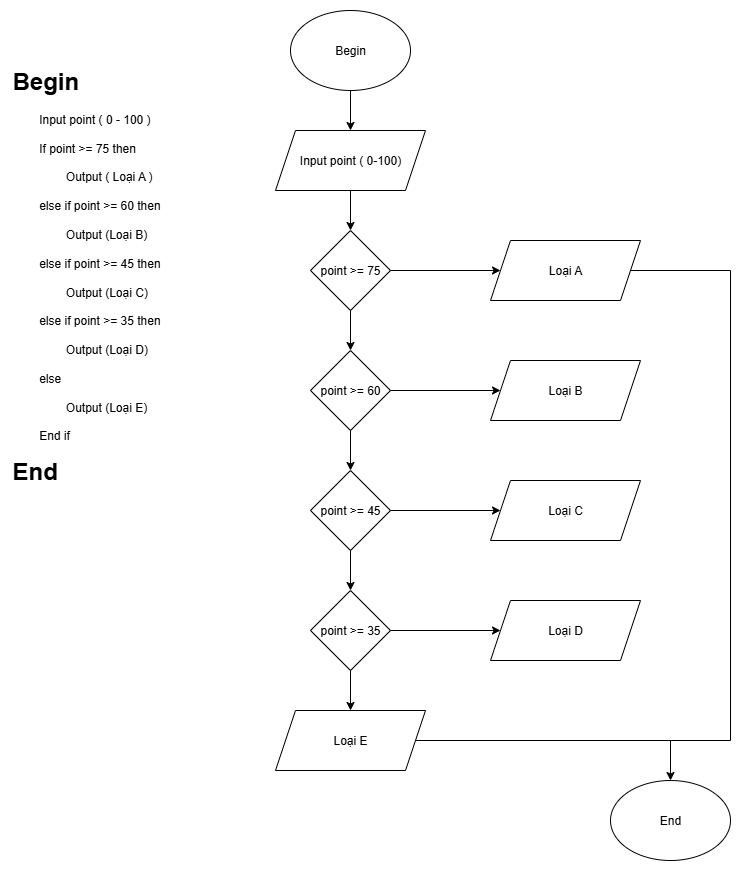
vinhdevz/C0925G1-DoThanhVinh keeps this draw.io diagram as ss3_ma_gia_luu_do/bai5.png. Above is the earlier version. Source tidied: cells renumbered, new cells last; positions are measured from the earlier drawing's top-left corner, leaving out a move shared by most shapes. Its diagram source:
```xml
<mxGraphModel>
  <root>
    <mxCell id="0" />
    <mxCell id="1" parent="0" />
    <mxCell id="2" value="&lt;h1 style=&quot;margin-top: 0px;&quot;&gt;Begin&lt;/h1&gt;&lt;div&gt;&lt;span style=&quot;white-space: pre;&quot;&gt;&#9;&lt;/span&gt;Input point ( 0 - 100 )&lt;br&gt;&lt;/div&gt;&lt;div&gt;&lt;span style=&quot;white-space: pre;&quot;&gt;&#9;&lt;/span&gt;&lt;br&gt;&lt;/div&gt;&lt;div&gt;&lt;span style=&quot;white-space: pre;&quot;&gt;&#9;&lt;/span&gt;If point &amp;gt;= 75 then&lt;br&gt;&lt;br&gt;&lt;span style=&quot;white-space: pre;&quot;&gt;&#9;&lt;/span&gt;&lt;span style=&quot;white-space: pre;&quot;&gt;&#9;&lt;/span&gt;Output ( Loại A )&lt;br&gt;&lt;/div&gt;&lt;div&gt;&lt;br&gt;&lt;/div&gt;&lt;div&gt;&lt;span style=&quot;white-space: pre;&quot;&gt;&#9;&lt;/span&gt;else if point &amp;gt;= 60 then&lt;/div&gt;&lt;div&gt;&lt;br&gt;&lt;/div&gt;&lt;div&gt;&lt;span style=&quot;white-space: pre;&quot;&gt;&#9;&lt;/span&gt;&lt;span style=&quot;white-space: pre;&quot;&gt;&#9;&lt;/span&gt;Output (Loại B)&lt;br&gt;&lt;br&gt;&lt;span style=&quot;white-space: pre;&quot;&gt;&#9;&lt;/span&gt;else if point &amp;gt;= 45 then&lt;br&gt;&lt;br&gt;&lt;span style=&quot;white-space: pre;&quot;&gt;&#9;&lt;/span&gt;&lt;span style=&quot;white-space: pre;&quot;&gt;&#9;&lt;/span&gt;Output (Loại C)&lt;/div&gt;&lt;div&gt;&lt;br&gt;&lt;/div&gt;&lt;div&gt;&lt;span style=&quot;white-space: pre;&quot;&gt;&#9;&lt;/span&gt;else if point &amp;gt;= 35 then&lt;br&gt;&lt;br&gt;&lt;span style=&quot;white-space: pre;&quot;&gt;&#9;&lt;/span&gt;&lt;span style=&quot;white-space: pre;&quot;&gt;&#9;&lt;/span&gt;Output (Loại D)&lt;br&gt;&lt;br&gt;&lt;span style=&quot;white-space: pre;&quot;&gt;&#9;&lt;/span&gt;else&amp;nbsp;&lt;/div&gt;&lt;div&gt;&lt;br&gt;&lt;/div&gt;&lt;div&gt;&lt;span style=&quot;white-space: pre;&quot;&gt;&#9;&lt;/span&gt;&lt;span style=&quot;white-space: pre;&quot;&gt;&#9;&lt;/span&gt;Output (Loại E)&lt;/div&gt;&lt;div&gt;&lt;span style=&quot;white-space: pre;&quot;&gt;&#9;&lt;/span&gt;&lt;/div&gt;&lt;div&gt;&lt;span style=&quot;white-space: pre;&quot;&gt;&#9;&lt;/span&gt;End if&lt;/div&gt;&lt;div&gt;&amp;nbsp;&lt;br&gt;&lt;/div&gt;&lt;h1 style=&quot;margin-top: 0px;&quot;&gt;End&lt;/h1&gt;&lt;div&gt;&lt;br&gt;&lt;/div&gt;" style="text;html=1;whiteSpace=wrap;overflow=hidden;rounded=0;" parent="1" vertex="1">
      <mxGeometry y="50" width="220" height="430" as="geometry" />
    </mxCell>
    <mxCell id="3" value="Begin" style="ellipse;whiteSpace=wrap;html=1;" parent="1" vertex="1">
      <mxGeometry x="280" width="120" height="80" as="geometry" />
    </mxCell>
    <mxCell id="4" value="Input point ( 0-100)" style="shape=parallelogram;perimeter=parallelogramPerimeter;whiteSpace=wrap;html=1;fixedSize=1;" parent="1" vertex="1">
      <mxGeometry x="265" y="120" width="150" height="60" as="geometry" />
    </mxCell>
    <mxCell id="5" value="point &amp;gt;= 75" style="rhombus;whiteSpace=wrap;html=1;" parent="1" vertex="1">
      <mxGeometry x="300" y="220" width="80" height="80" as="geometry" />
    </mxCell>
    <mxCell id="6" value="Loại A" style="shape=parallelogram;perimeter=parallelogramPerimeter;whiteSpace=wrap;html=1;fixedSize=1;" parent="1" vertex="1">
      <mxGeometry x="480" y="230" width="150" height="60" as="geometry" />
    </mxCell>
    <mxCell id="7" value="point &amp;gt;= 60" style="rhombus;whiteSpace=wrap;html=1;" parent="1" vertex="1">
      <mxGeometry x="300" y="340" width="80" height="80" as="geometry" />
    </mxCell>
    <mxCell id="8" value="point &amp;gt;= 45" style="rhombus;whiteSpace=wrap;html=1;" parent="1" vertex="1">
      <mxGeometry x="300" y="460" width="80" height="80" as="geometry" />
    </mxCell>
    <mxCell id="9" value="point &amp;gt;= 35" style="rhombus;whiteSpace=wrap;html=1;" parent="1" vertex="1">
      <mxGeometry x="300" y="580" width="80" height="80" as="geometry" />
    </mxCell>
    <mxCell id="10" style="endArrow=classic;html=1;rounded=0;exitX=0.5;exitY=1;exitDx=0;exitDy=0;entryX=0.5;entryY=0;entryDx=0;entryDy=0;" parent="1" edge="1" source="3" target="4">
      <mxGeometry relative="1" as="geometry" />
    </mxCell>
    <mxCell id="11" style="endArrow=classic;html=1;rounded=0;exitX=0.5;exitY=1;exitDx=0;exitDy=0;entryX=0.5;entryY=0;entryDx=0;entryDy=0;" parent="1" edge="1" source="4" target="5">
      <mxGeometry relative="1" as="geometry" />
    </mxCell>
    <mxCell id="12" style="endArrow=classic;html=1;rounded=0;exitX=0.5;exitY=1;exitDx=0;exitDy=0;entryX=0.5;entryY=0;entryDx=0;entryDy=0;" parent="1" edge="1" source="5" target="7">
      <mxGeometry relative="1" as="geometry" />
    </mxCell>
    <mxCell id="13" style="endArrow=classic;html=1;rounded=0;exitX=0.5;exitY=1;exitDx=0;exitDy=0;entryX=0.5;entryY=0;entryDx=0;entryDy=0;" parent="1" edge="1" source="7" target="8">
      <mxGeometry relative="1" as="geometry" />
    </mxCell>
    <mxCell id="14" style="endArrow=classic;html=1;rounded=0;exitX=0.5;exitY=1;exitDx=0;exitDy=0;entryX=0.5;entryY=0;entryDx=0;entryDy=0;" parent="1" edge="1" source="8" target="9">
      <mxGeometry relative="1" as="geometry" />
    </mxCell>
    <mxCell id="15" style="endArrow=classic;html=1;rounded=0;exitX=1;exitY=0.5;exitDx=0;exitDy=0;entryX=0;entryY=0.5;entryDx=0;entryDy=0;" parent="1" edge="1" source="5" target="6">
      <mxGeometry relative="1" as="geometry" />
    </mxCell>
    <mxCell id="16" value="Loại B" style="shape=parallelogram;perimeter=parallelogramPerimeter;whiteSpace=wrap;html=1;fixedSize=1;" parent="1" vertex="1">
      <mxGeometry x="480" y="350" width="150" height="60" as="geometry" />
    </mxCell>
    <mxCell id="17" value="Loại C" style="shape=parallelogram;perimeter=parallelogramPerimeter;whiteSpace=wrap;html=1;fixedSize=1;" parent="1" vertex="1">
      <mxGeometry x="480" y="470" width="150" height="60" as="geometry" />
    </mxCell>
    <mxCell id="18" value="Loại D" style="shape=parallelogram;perimeter=parallelogramPerimeter;whiteSpace=wrap;html=1;fixedSize=1;" parent="1" vertex="1">
      <mxGeometry x="480" y="590" width="150" height="60" as="geometry" />
    </mxCell>
    <mxCell id="19" style="endArrow=classic;html=1;rounded=0;exitX=1;exitY=0.5;exitDx=0;exitDy=0;entryX=0;entryY=0.5;entryDx=0;entryDy=0;" parent="1" edge="1" source="7" target="16">
      <mxGeometry relative="1" as="geometry" />
    </mxCell>
    <mxCell id="20" style="endArrow=classic;html=1;rounded=0;exitX=1;exitY=0.5;exitDx=0;exitDy=0;entryX=0;entryY=0.5;entryDx=0;entryDy=0;" parent="1" edge="1" source="8" target="17">
      <mxGeometry relative="1" as="geometry" />
    </mxCell>
    <mxCell id="21" style="endArrow=classic;html=1;rounded=0;exitX=1;exitY=0.5;exitDx=0;exitDy=0;entryX=0;entryY=0.5;entryDx=0;entryDy=0;" parent="1" edge="1" source="9" target="18">
      <mxGeometry relative="1" as="geometry" />
    </mxCell>
    <mxCell id="22" style="endArrow=classic;html=1;rounded=0;exitX=0.5;exitY=1;exitDx=0;exitDy=0;entryX=0.5;entryY=0;entryDx=0;entryDy=0;" parent="1" edge="1" source="9" target="23">
      <mxGeometry relative="1" as="geometry" />
    </mxCell>
    <mxCell id="23" value="Loại E" style="shape=parallelogram;perimeter=parallelogramPerimeter;whiteSpace=wrap;html=1;fixedSize=1;" parent="1" vertex="1">
      <mxGeometry x="265" y="700" width="150" height="60" as="geometry" />
    </mxCell>
    <mxCell id="24" style="endArrow=none;html=1;rounded=0;entryX=1;entryY=0.5;entryDx=0;entryDy=0;exitX=1;exitY=0.5;exitDx=0;exitDy=0;" parent="1" edge="1" source="23" target="6">
      <mxGeometry relative="1" as="geometry">
        <Array as="points">
          <mxPoint x="720" y="730" />
          <mxPoint x="720" y="260" />
        </Array>
      </mxGeometry>
    </mxCell>
    <mxCell id="25" value="End" style="ellipse;whiteSpace=wrap;html=1;" parent="1" vertex="1">
      <mxGeometry x="600" y="770" width="120" height="80" as="geometry" />
    </mxCell>
    <mxCell id="26" style="endArrow=classic;html=1;rounded=0;entryX=0.5;entryY=0;entryDx=0;entryDy=0;" parent="1" edge="1" target="25">
      <mxGeometry relative="1" as="geometry">
        <mxPoint x="660" y="730" as="sourcePoint" />
      </mxGeometry>
    </mxCell>
  </root>
</mxGraphModel>
```
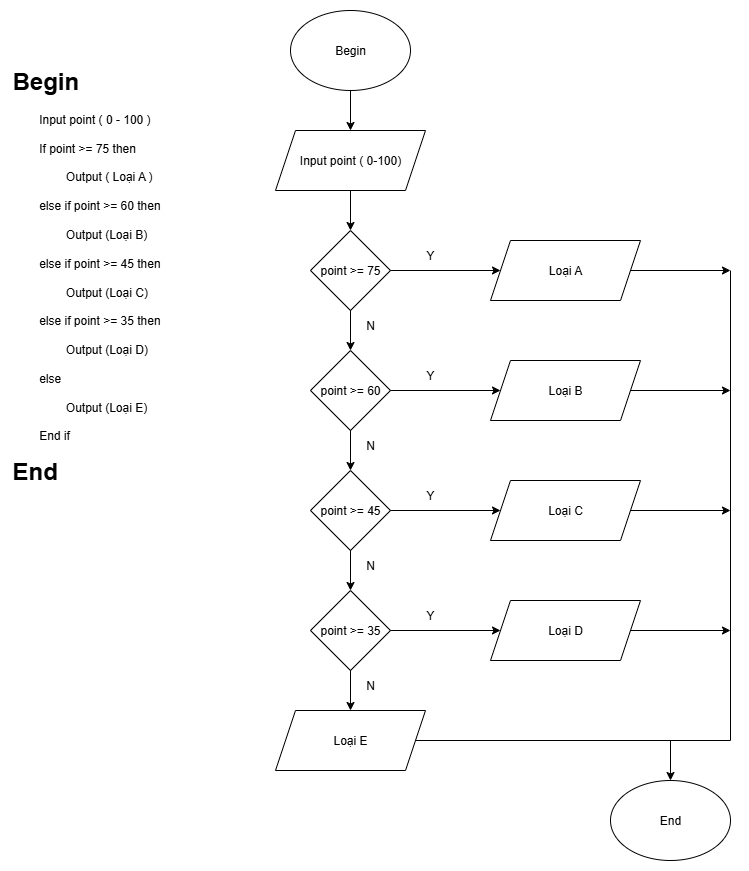
Later version of the same file.

Change to the diagram source:
```diff
@@ -68,8 +68,9 @@
     <mxCell id="23" value="Loại E" style="shape=parallelogram;perimeter=parallelogramPerimeter;whiteSpace=wrap;html=1;fixedSize=1;" parent="1" vertex="1">
       <mxGeometry x="265" y="700" width="150" height="60" as="geometry" />
     </mxCell>
-    <mxCell id="24" style="endArrow=none;html=1;rounded=0;entryX=1;entryY=0.5;entryDx=0;entryDy=0;exitX=1;exitY=0.5;exitDx=0;exitDy=0;" parent="1" edge="1" source="23" target="6">
+    <mxCell id="24" style="endArrow=none;html=1;rounded=0;exitX=1;exitY=0.5;exitDx=0;exitDy=0;" parent="1" edge="1" source="23">
       <mxGeometry relative="1" as="geometry">
+        <mxPoint x="720" y="260" as="targetPoint" />
         <Array as="points">
           <mxPoint x="720" y="730" />
           <mxPoint x="720" y="260" />
@@ -84,5 +85,49 @@
         <mxPoint x="660" y="730" as="sourcePoint" />
       </mxGeometry>
     </mxCell>
+    <mxCell id="27" style="endArrow=classic;html=1;rounded=0;exitX=1;exitY=0.5;exitDx=0;exitDy=0;" parent="1" edge="1" source="6">
+      <mxGeometry relative="1" as="geometry">
+        <mxPoint x="720" y="260" as="targetPoint" />
+      </mxGeometry>
+    </mxCell>
+    <mxCell id="28" style="endArrow=classic;html=1;rounded=0;exitX=1;exitY=0.5;exitDx=0;exitDy=0;" parent="1" edge="1" source="16">
+      <mxGeometry relative="1" as="geometry">
+        <mxPoint x="720" y="380" as="targetPoint" />
+      </mxGeometry>
+    </mxCell>
+    <mxCell id="29" style="endArrow=classic;html=1;rounded=0;exitX=1;exitY=0.5;exitDx=0;exitDy=0;" parent="1" edge="1" source="17">
+      <mxGeometry relative="1" as="geometry">
+        <mxPoint x="720" y="500" as="targetPoint" />
+      </mxGeometry>
+    </mxCell>
+    <mxCell id="30" style="endArrow=classic;html=1;rounded=0;exitX=1;exitY=0.5;exitDx=0;exitDy=0;" parent="1" edge="1" source="18">
+      <mxGeometry relative="1" as="geometry">
+        <mxPoint x="720" y="620" as="targetPoint" />
+      </mxGeometry>
+    </mxCell>
+    <mxCell id="31" value="Y" style="text;html=1;align=center;verticalAlign=middle;whiteSpace=wrap;rounded=0;" parent="1" vertex="1">
+      <mxGeometry x="390" y="230" width="60" height="30" as="geometry" />
+    </mxCell>
+    <mxCell id="32" value="N" style="text;html=1;align=center;verticalAlign=middle;whiteSpace=wrap;rounded=0;" parent="1" vertex="1">
+      <mxGeometry x="330" y="300" width="60" height="30" as="geometry" />
+    </mxCell>
+    <mxCell id="33" value="Y" style="text;html=1;align=center;verticalAlign=middle;whiteSpace=wrap;rounded=0;" parent="1" vertex="1">
+      <mxGeometry x="390" y="350" width="60" height="30" as="geometry" />
+    </mxCell>
+    <mxCell id="34" value="Y" style="text;html=1;align=center;verticalAlign=middle;whiteSpace=wrap;rounded=0;" parent="1" vertex="1">
+      <mxGeometry x="390" y="470" width="60" height="30" as="geometry" />
+    </mxCell>
+    <mxCell id="35" value="Y" style="text;html=1;align=center;verticalAlign=middle;whiteSpace=wrap;rounded=0;" parent="1" vertex="1">
+      <mxGeometry x="390" y="590" width="60" height="30" as="geometry" />
+    </mxCell>
+    <mxCell id="36" value="N" style="text;html=1;align=center;verticalAlign=middle;whiteSpace=wrap;rounded=0;" parent="1" vertex="1">
+      <mxGeometry x="330" y="420" width="60" height="30" as="geometry" />
+    </mxCell>
+    <mxCell id="37" value="N" style="text;html=1;align=center;verticalAlign=middle;whiteSpace=wrap;rounded=0;" parent="1" vertex="1">
+      <mxGeometry x="330" y="540" width="60" height="30" as="geometry" />
+    </mxCell>
+    <mxCell id="38" value="N" style="text;html=1;align=center;verticalAlign=middle;whiteSpace=wrap;rounded=0;" parent="1" vertex="1">
+      <mxGeometry x="330" y="660" width="60" height="30" as="geometry" />
+    </mxCell>
   </root>
 </mxGraphModel>
```
